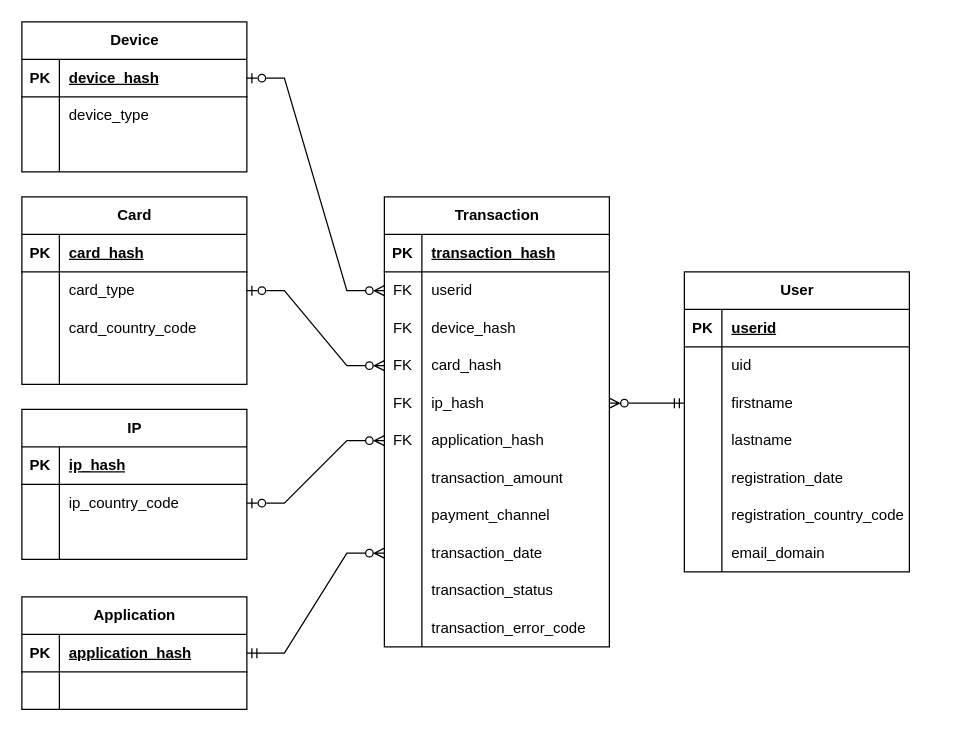
Before: doc/entity_relationship_diagram.drawio in oislen/RandomDataGeneration, a draw.io diagram. Source tidied: cells renumbered, new cells numbered last; positions are measured from the earlier drawing's top-left corner, leaving out a move shared by most shapes. Both pictures are drawn from the tidied source at 125%, with x=0, y=0 at pixel (21, 21).
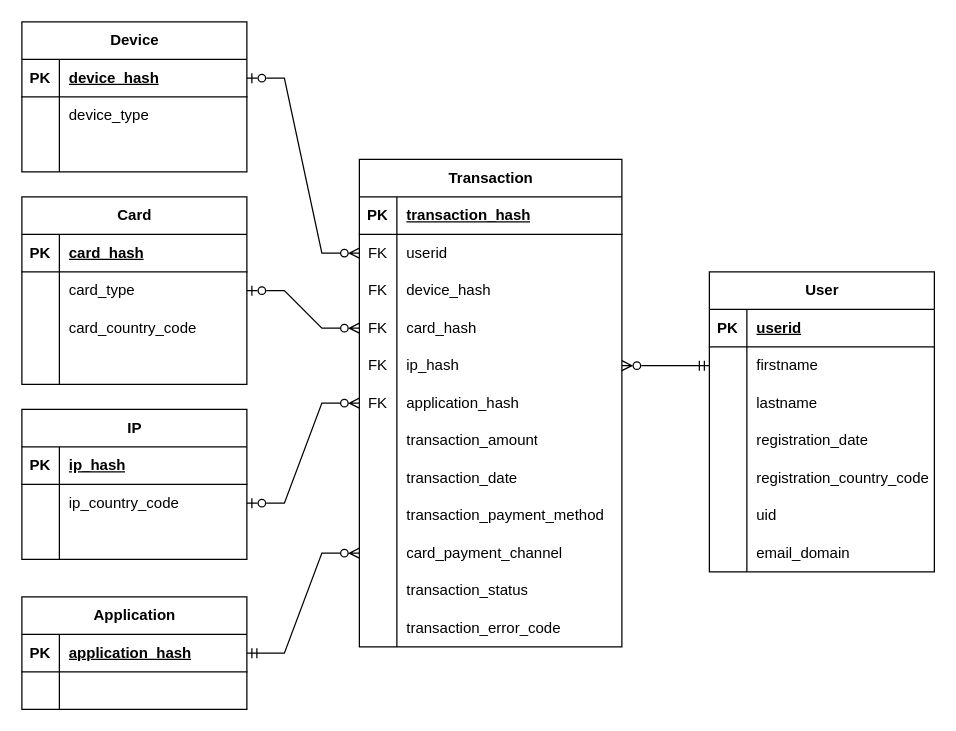
After the change.

Commit message (it also covers changes not shown here):
#5 Updated er diagram given qa changes

The change refers to these unchanged cells:
```xml
<mxCell id="40" style="shape=tableRow;horizontal=0;startSize=0;swimlaneHead=0;swimlaneBody=0;fillColor=none;points=[[0,0.5],[1,0.5]];portConstraint=eastwest;top=0;left=0;right=0;bottom=1;" parent="39" vertex="1">
  <mxGeometry y="30" width="180" height="30" as="geometry" />
</mxCell>
```

Diff of the diagram source:
```diff
@@
     <mxCell id="46" value="Transaction" style="shape=table;startSize=30;childLayout=tableLayout;rowLines=0;fontStyle=1;align=center;html=1;" parent="1" vertex="1">
-      <mxGeometry x="290" y="140" width="180" height="360" as="geometry" />
+      <mxGeometry x="270" y="110" width="210" height="390" as="geometry" />
     </mxCell>
     <mxCell id="47" style="shape=tableRow;horizontal=0;startSize=0;swimlaneHead=0;swimlaneBody=0;fillColor=none;top=0;left=0;right=0;bottom=1;" parent="46" vertex="1">
-      <mxGeometry y="30" width="180" height="30" as="geometry" />
+      <mxGeometry y="30" width="210" height="30" as="geometry" />
     </mxCell>
@@
     <mxCell id="49" value="transaction_hash" style="shape=partialRectangle;fillColor=none;top=0;left=0;bottom=0;right=0;align=left;spacingLeft=6;fontStyle=5;overflow=hidden;whiteSpace=wrap;html=1;" parent="47" vertex="1">
-      <mxGeometry x="30" width="150" height="30" as="geometry" />
+      <mxGeometry x="30" width="180" height="30" as="geometry" />
     </mxCell>
     <mxCell id="50" style="shape=tableRow;horizontal=0;startSize=0;swimlaneHead=0;swimlaneBody=0;fillColor=none;points=[[0,0.5],[1,0.5]];portConstraint=eastwest;top=0;left=0;right=0;bottom=0;" parent="46" vertex="1">
-      <mxGeometry y="60" width="180" height="30" as="geometry" />
+      <mxGeometry y="60" width="210" height="30" as="geometry" />
     </mxCell>
@@
     <mxCell id="52" value="userid" style="shape=partialRectangle;fillColor=none;top=0;left=0;bottom=0;right=0;align=left;spacingLeft=6;overflow=hidden;whiteSpace=wrap;html=1;" parent="50" vertex="1">
-      <mxGeometry x="30" width="150" height="30" as="geometry" />
+      <mxGeometry x="30" width="180" height="30" as="geometry" />
     </mxCell>
     <mxCell id="53" style="shape=tableRow;horizontal=0;startSize=0;swimlaneHead=0;swimlaneBody=0;fillColor=none;top=0;left=0;right=0;bottom=0;" parent="46" vertex="1">
-      <mxGeometry y="90" width="180" height="30" as="geometry" />
+      <mxGeometry y="90" width="210" height="30" as="geometry" />
     </mxCell>
@@
     <mxCell id="55" value="device_hash" style="shape=partialRectangle;fillColor=none;top=0;left=0;bottom=0;right=0;align=left;spacingLeft=6;overflow=hidden;whiteSpace=wrap;html=1;" parent="53" vertex="1">
-      <mxGeometry x="30" width="150" height="30" as="geometry" />
+      <mxGeometry x="30" width="180" height="30" as="geometry" />
     </mxCell>
     <mxCell id="56" style="shape=tableRow;horizontal=0;startSize=0;swimlaneHead=0;swimlaneBody=0;fillColor=none;points=[[0,0.5],[1,0.5]];portConstraint=eastwest;top=0;left=0;right=0;bottom=0;" parent="46" vertex="1">
-      <mxGeometry y="120" width="180" height="30" as="geometry" />
+      <mxGeometry y="120" width="210" height="30" as="geometry" />
     </mxCell>
@@
     <mxCell id="58" value="card_hash" style="shape=partialRectangle;fillColor=none;top=0;left=0;bottom=0;right=0;align=left;spacingLeft=6;overflow=hidden;whiteSpace=wrap;html=1;" parent="56" vertex="1">
-      <mxGeometry x="30" width="150" height="30" as="geometry" />
+      <mxGeometry x="30" width="180" height="30" as="geometry" />
     </mxCell>
     <mxCell id="59" style="shape=tableRow;horizontal=0;startSize=0;swimlaneHead=0;swimlaneBody=0;fillColor=none;points=[[0,0.5],[1,0.5]];portConstraint=eastwest;top=0;left=0;right=0;bottom=0;" parent="46" vertex="1">
-      <mxGeometry y="150" width="180" height="30" as="geometry" />
+      <mxGeometry y="150" width="210" height="30" as="geometry" />
     </mxCell>
@@
     <mxCell id="61" value="ip_hash" style="shape=partialRectangle;fillColor=none;top=0;left=0;bottom=0;right=0;align=left;spacingLeft=6;overflow=hidden;whiteSpace=wrap;html=1;" parent="59" vertex="1">
-      <mxGeometry x="30" width="150" height="30" as="geometry" />
+      <mxGeometry x="30" width="180" height="30" as="geometry" />
     </mxCell>
     <mxCell id="62" style="shape=tableRow;horizontal=0;startSize=0;swimlaneHead=0;swimlaneBody=0;fillColor=none;points=[[0,0.5],[1,0.5]];portConstraint=eastwest;top=0;left=0;right=0;bottom=0;" parent="46" vertex="1">
-      <mxGeometry y="180" width="180" height="30" as="geometry" />
+      <mxGeometry y="180" width="210" height="30" as="geometry" />
     </mxCell>
@@
     <mxCell id="64" value="application_hash" style="shape=partialRectangle;fillColor=none;top=0;left=0;bottom=0;right=0;align=left;spacingLeft=6;overflow=hidden;whiteSpace=wrap;html=1;" parent="62" vertex="1">
-      <mxGeometry x="30" width="150" height="30" as="geometry" />
+      <mxGeometry x="30" width="180" height="30" as="geometry" />
     </mxCell>
     <mxCell id="65" style="shape=tableRow;horizontal=0;startSize=0;swimlaneHead=0;swimlaneBody=0;fillColor=none;top=0;left=0;right=0;bottom=0;" parent="46" vertex="1">
-      <mxGeometry y="210" width="180" height="30" as="geometry" />
+      <mxGeometry y="210" width="210" height="30" as="geometry" />
     </mxCell>
@@
     <mxCell id="67" value="transaction_amount" style="shape=partialRectangle;fillColor=none;top=0;left=0;bottom=0;right=0;align=left;spacingLeft=6;overflow=hidden;whiteSpace=wrap;html=1;" parent="65" vertex="1">
-      <mxGeometry x="30" width="150" height="30" as="geometry" />
+      <mxGeometry x="30" width="180" height="30" as="geometry" />
     </mxCell>
+    <mxCell id="71" style="shape=tableRow;horizontal=0;startSize=0;swimlaneHead=0;swimlaneBody=0;fillColor=none;points=[[0,0.5],[1,0.5]];portConstraint=eastwest;top=0;left=0;right=0;bottom=0;" parent="46" vertex="1">
+      <mxGeometry y="240" width="210" height="30" as="geometry" />
+    </mxCell>
+    <mxCell id="72" style="shape=partialRectangle;fillColor=none;top=0;left=0;bottom=0;right=0;overflow=hidden;whiteSpace=wrap;html=1;" parent="71" vertex="1">
+      <mxGeometry width="30" height="30" as="geometry" />
+    </mxCell>
+    <mxCell id="73" value="transaction_date" style="shape=partialRectangle;fillColor=none;top=0;left=0;bottom=0;right=0;align=left;spacingLeft=6;overflow=hidden;whiteSpace=wrap;html=1;" parent="71" vertex="1">
+      <mxGeometry x="30" width="180" height="30" as="geometry" />
+    </mxCell>
+    <mxCell id="103" style="shape=tableRow;horizontal=0;startSize=0;swimlaneHead=0;swimlaneBody=0;fillColor=none;top=0;left=0;right=0;bottom=0;" parent="46" vertex="1">
+      <mxGeometry y="270" width="210" height="30" as="geometry" />
+    </mxCell>
+    <mxCell id="104" style="shape=partialRectangle;fillColor=none;top=0;left=0;bottom=0;right=0;overflow=hidden;whiteSpace=wrap;html=1;" parent="103" vertex="1">
+      <mxGeometry width="30" height="30" as="geometry" />
+    </mxCell>
+    <mxCell id="105" value="transaction_payment_method" style="shape=partialRectangle;fillColor=none;top=0;left=0;bottom=0;right=0;align=left;spacingLeft=6;overflow=hidden;whiteSpace=wrap;html=1;" parent="103" vertex="1">
+      <mxGeometry x="30" width="180" height="30" as="geometry" />
+    </mxCell>
     <mxCell id="68" style="shape=tableRow;horizontal=0;startSize=0;swimlaneHead=0;swimlaneBody=0;fillColor=none;points=[[0,0.5],[1,0.5]];portConstraint=eastwest;top=0;left=0;right=0;bottom=0;" parent="46" vertex="1">
-      <mxGeometry y="240" width="180" height="30" as="geometry" />
+      <mxGeometry y="300" width="210" height="30" as="geometry" />
     </mxCell>
@@
-    <mxCell id="70" value="payment_channel" style="shape=partialRectangle;fillColor=none;top=0;left=0;bottom=0;right=0;align=left;spacingLeft=6;overflow=hidden;whiteSpace=wrap;html=1;" parent="68" vertex="1">
-      <mxGeometry x="30" width="150" height="30" as="geometry" />
+    <mxCell id="70" value="card_payment_channel" style="shape=partialRectangle;fillColor=none;top=0;left=0;bottom=0;right=0;align=left;spacingLeft=6;overflow=hidden;whiteSpace=wrap;html=1;" parent="68" vertex="1">
+      <mxGeometry x="30" width="180" height="30" as="geometry" />
     </mxCell>
-    <mxCell id="71" style="shape=tableRow;horizontal=0;startSize=0;swimlaneHead=0;swimlaneBody=0;fillColor=none;points=[[0,0.5],[1,0.5]];portConstraint=eastwest;top=0;left=0;right=0;bottom=0;" parent="46" vertex="1">
-      <mxGeometry y="270" width="180" height="30" as="geometry" />
-    </mxCell>
-    <mxCell id="72" style="shape=partialRectangle;fillColor=none;top=0;left=0;bottom=0;right=0;overflow=hidden;whiteSpace=wrap;html=1;" parent="71" vertex="1">
-      <mxGeometry width="30" height="30" as="geometry" />
-    </mxCell>
-    <mxCell id="73" value="transaction_date" style="shape=partialRectangle;fillColor=none;top=0;left=0;bottom=0;right=0;align=left;spacingLeft=6;overflow=hidden;whiteSpace=wrap;html=1;" parent="71" vertex="1">
-      <mxGeometry x="30" width="150" height="30" as="geometry" />
-    </mxCell>
     <mxCell id="74" style="shape=tableRow;horizontal=0;startSize=0;swimlaneHead=0;swimlaneBody=0;fillColor=none;top=0;left=0;right=0;bottom=0;" parent="46" vertex="1">
-      <mxGeometry y="300" width="180" height="30" as="geometry" />
+      <mxGeometry y="330" width="210" height="30" as="geometry" />
     </mxCell>
@@
     <mxCell id="76" value="transaction_status" style="shape=partialRectangle;fillColor=none;top=0;left=0;bottom=0;right=0;align=left;spacingLeft=6;overflow=hidden;whiteSpace=wrap;html=1;" parent="74" vertex="1">
-      <mxGeometry x="30" width="150" height="30" as="geometry" />
+      <mxGeometry x="30" width="180" height="30" as="geometry" />
     </mxCell>
     <mxCell id="77" style="shape=tableRow;horizontal=0;startSize=0;swimlaneHead=0;swimlaneBody=0;fillColor=none;top=0;left=0;right=0;bottom=0;" parent="46" vertex="1">
-      <mxGeometry y="330" width="180" height="30" as="geometry" />
+      <mxGeometry y="360" width="210" height="30" as="geometry" />
     </mxCell>
@@
     <mxCell id="79" value="transaction_error_code" style="shape=partialRectangle;fillColor=none;top=0;left=0;bottom=0;right=0;align=left;spacingLeft=6;overflow=hidden;whiteSpace=wrap;html=1;" parent="77" vertex="1">
-      <mxGeometry x="30" width="150" height="30" as="geometry" />
+      <mxGeometry x="30" width="180" height="30" as="geometry" />
     </mxCell>
     <mxCell id="80" value="User" style="shape=table;startSize=30;childLayout=tableLayout;rowLines=0;fontStyle=1;align=center;html=1;" parent="1" vertex="1">
-      <mxGeometry x="530" y="200" width="180" height="240" as="geometry" />
+      <mxGeometry x="550" y="200" width="180" height="240" as="geometry" />
     </mxCell>
@@
-    <mxCell id="84" style="shape=tableRow;horizontal=0;startSize=0;swimlaneHead=0;swimlaneBody=0;fillColor=none;top=0;left=0;right=0;bottom=0;" parent="80" vertex="1">
-      <mxGeometry y="60" width="180" height="30" as="geometry" />
-    </mxCell>
-    <mxCell id="85" style="shape=partialRectangle;fillColor=none;top=0;left=0;bottom=0;right=0;overflow=hidden;whiteSpace=wrap;html=1;" parent="84" vertex="1">
-      <mxGeometry width="30" height="30" as="geometry" />
-    </mxCell>
-    <mxCell id="86" value="uid" style="shape=partialRectangle;fillColor=none;top=0;left=0;bottom=0;right=0;align=left;spacingLeft=6;overflow=hidden;whiteSpace=wrap;html=1;" parent="84" vertex="1">
-      <mxGeometry x="30" width="150" height="30" as="geometry" />
-    </mxCell>
     <mxCell id="87" style="shape=tableRow;horizontal=0;startSize=0;swimlaneHead=0;swimlaneBody=0;fillColor=none;points=[[0,0.5],[1,0.5]];portConstraint=eastwest;top=0;left=0;right=0;bottom=0;" parent="80" vertex="1">
-      <mxGeometry y="90" width="180" height="30" as="geometry" />
+      <mxGeometry y="60" width="180" height="30" as="geometry" />
     </mxCell>
@@
     <mxCell id="90" style="shape=tableRow;horizontal=0;startSize=0;swimlaneHead=0;swimlaneBody=0;fillColor=none;top=0;left=0;right=0;bottom=0;" parent="80" vertex="1">
-      <mxGeometry y="120" width="180" height="30" as="geometry" />
+      <mxGeometry y="90" width="180" height="30" as="geometry" />
     </mxCell>
@@
     <mxCell id="93" style="shape=tableRow;horizontal=0;startSize=0;swimlaneHead=0;swimlaneBody=0;fillColor=none;top=0;left=0;right=0;bottom=0;" parent="80" vertex="1">
-      <mxGeometry y="150" width="180" height="30" as="geometry" />
+      <mxGeometry y="120" width="180" height="30" as="geometry" />
     </mxCell>
@@
     <mxCell id="96" style="shape=tableRow;horizontal=0;startSize=0;swimlaneHead=0;swimlaneBody=0;fillColor=none;top=0;left=0;right=0;bottom=0;" parent="80" vertex="1">
-      <mxGeometry y="180" width="180" height="30" as="geometry" />
+      <mxGeometry y="150" width="180" height="30" as="geometry" />
     </mxCell>
@@
+    <mxCell id="84" style="shape=tableRow;horizontal=0;startSize=0;swimlaneHead=0;swimlaneBody=0;fillColor=none;top=0;left=0;right=0;bottom=0;" parent="80" vertex="1">
+      <mxGeometry y="180" width="180" height="30" as="geometry" />
+    </mxCell>
+    <mxCell id="85" style="shape=partialRectangle;fillColor=none;top=0;left=0;bottom=0;right=0;overflow=hidden;whiteSpace=wrap;html=1;" parent="84" vertex="1">
+      <mxGeometry width="30" height="30" as="geometry" />
+    </mxCell>
+    <mxCell id="86" value="uid" style="shape=partialRectangle;fillColor=none;top=0;left=0;bottom=0;right=0;align=left;spacingLeft=6;overflow=hidden;whiteSpace=wrap;html=1;" parent="84" vertex="1">
+      <mxGeometry x="30" width="150" height="30" as="geometry" />
+    </mxCell>
@@
-    <mxCell id="102" style="edgeStyle=entityRelationEdgeStyle;fontSize=12;html=1;endArrow=ERzeroToMany;startArrow=ERmandOne;rounded=0;exitX=1;exitY=0.5;exitDx=0;exitDy=0;entryX=0;entryY=0.5;entryDx=0;entryDy=0;endFill=0;" parent="1" edge="1" source="40" target="71">
+    <mxCell id="102" style="edgeStyle=entityRelationEdgeStyle;fontSize=12;html=1;endArrow=ERzeroToMany;startArrow=ERmandOne;rounded=0;exitX=1;exitY=0.5;exitDx=0;exitDy=0;endFill=0;entryX=0;entryY=0.5;entryDx=0;entryDy=0;" parent="1" edge="1" source="40" target="68">
       <mxGeometry relative="1" as="geometry" />
     </mxCell>
```
